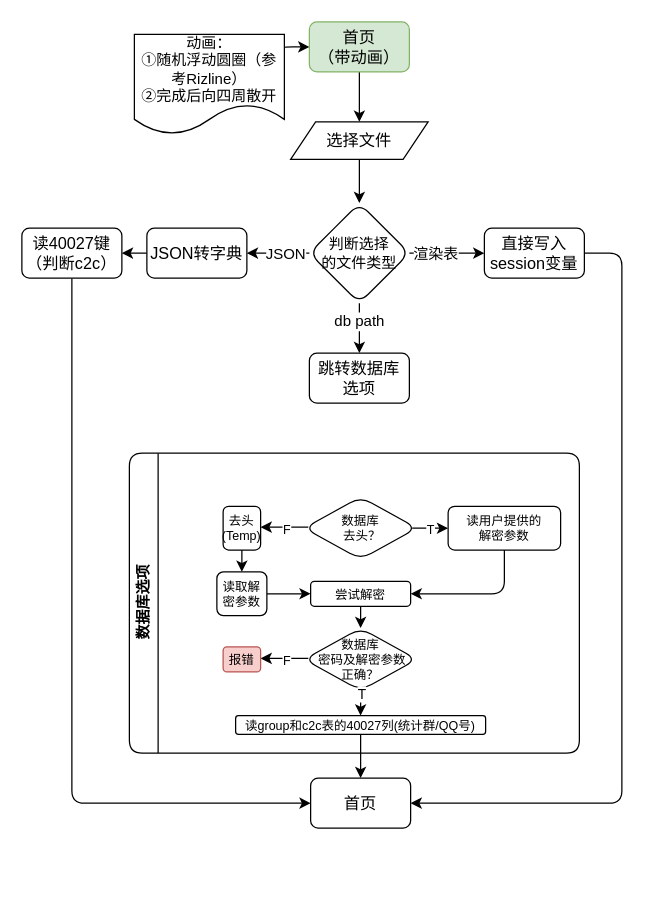
Above: qvw.drawio in html5syt/Qviewer (draw.io), before the change. Source tidied: cells renumbered, new cells numbered last; positions are measured from the earlier drawing's top-left corner, leaving out a move shared by most shapes. Both pictures are drawn from the tidied source at 125%, with x=0, y=0 at pixel (21, 21).
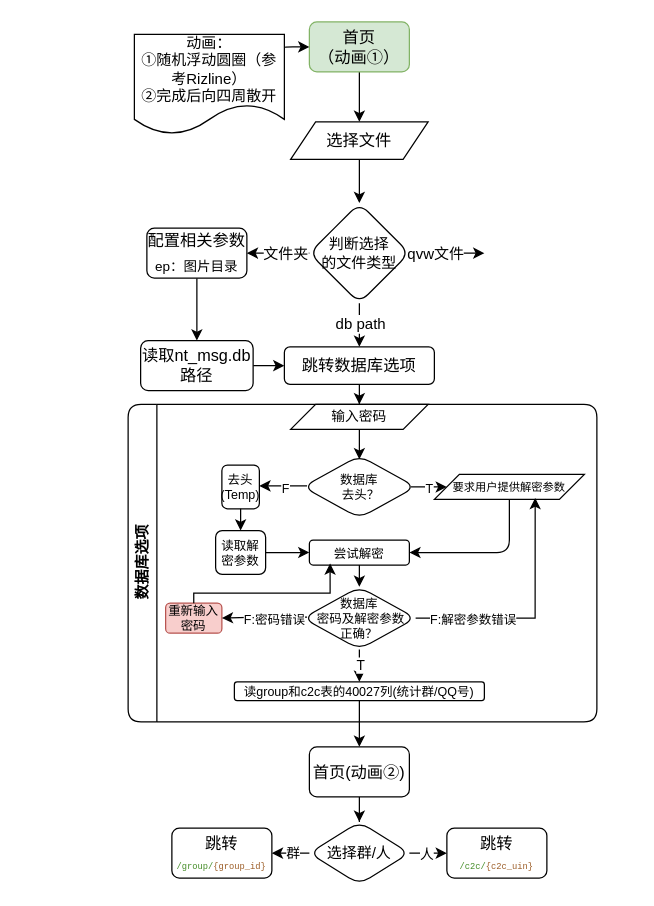
The same diagram, later.

Unchanged cells that the change refers to:
```xml
<mxCell id="5" style="edgeStyle=orthogonalEdgeStyle;rounded=1;jettySize=auto;html=1;entryX=0.5;entryY=0;entryDx=0;entryDy=0;fontFamily=LXGW WenKai Mono;fontSize=12;fontColor=default;" parent="1" edge="1" source="11" target="13">
  <mxGeometry relative="1" as="geometry" />
</mxCell>
<mxCell id="7" style="edgeStyle=orthogonalEdgeStyle;rounded=1;jettySize=auto;html=1;fontFamily=LXGW WenKai Mono;fontSize=12;fontColor=default;" parent="1" edge="1" source="11" target="39">
  <mxGeometry relative="1" as="geometry" />
</mxCell>
<mxCell id="11" value="判断选择&lt;div&gt;的文件类型&lt;/div&gt;" style="rhombus;whiteSpace=wrap;html=1;rounded=1;strokeColor=default;align=center;verticalAlign=middle;fontFamily=LXGW WenKai Mono;fontSize=12;fontColor=default;fillColor=default;" parent="1" vertex="1">
  <mxGeometry x="230" y="145" width="80" height="80" as="geometry" />
</mxCell>
<mxCell id="29" style="edgeStyle=orthogonalEdgeStyle;rounded=1;jettySize=auto;html=1;fontFamily=LXGW WenKai Mono;fontSize=10;fontColor=default;" parent="23" edge="1" source="26" target="28">
  <mxGeometry relative="1" as="geometry" />
</mxCell>
```

The edit, as a diff of the source:
```diff
@@
-    <mxCell id="3" value="&lt;font&gt;首页&lt;/font&gt;&lt;div&gt;&lt;font&gt;（带动画）&lt;/font&gt;&lt;/div&gt;" style="rounded=1;whiteSpace=wrap;html=1;fontFamily=LXGW WenKai Mono;fillColor=#d5e8d4;strokeColor=#82b366;fontSize=13;" parent="1" vertex="1">
+    <mxCell id="3" value="&lt;font&gt;首页&lt;/font&gt;&lt;div&gt;&lt;font&gt;（动画①）&lt;/font&gt;&lt;/div&gt;" style="rounded=1;whiteSpace=wrap;html=1;fontFamily=LXGW WenKai Mono;fillColor=#d5e8d4;strokeColor=#82b366;fontSize=13;" parent="1" vertex="1">
       <mxGeometry x="230" width="80" height="40" as="geometry" />
     </mxCell>
@@
     <mxCell id="6" value="db path" style="edgeLabel;html=1;align=center;verticalAlign=middle;rounded=1;strokeColor=default;fontFamily=LXGW WenKai Mono;fontSize=12;fontColor=default;fillColor=default;" parent="5" vertex="1">
-      <mxGeometry x="-0.3" y="-1" relative="1" as="geometry" />
+      <mxGeometry x="-0.3" y="-1" relative="1" as="geometry">
+        <mxPoint x="1" as="offset" />
+      </mxGeometry>
     </mxCell>
@@
-    <mxCell id="8" value="JSON" style="edgeLabel;html=1;align=center;verticalAlign=middle;rounded=1;strokeColor=default;fontFamily=LXGW WenKai Mono;fontSize=12;fontColor=default;fillColor=default;" parent="7" vertex="1">
+    <mxCell id="8" value="文件夹" style="edgeLabel;html=1;align=center;verticalAlign=middle;rounded=1;strokeColor=default;fontFamily=LXGW WenKai Mono;fontSize=12;fontColor=default;fillColor=default;" parent="7" vertex="1">
       <mxGeometry x="0.33" y="-1" relative="1" as="geometry">
         <mxPoint x="13" y="1" as="offset" />
       </mxGeometry>
     </mxCell>
-    <mxCell id="9" style="edgeStyle=orthogonalEdgeStyle;rounded=1;jettySize=auto;html=1;fontFamily=LXGW WenKai Mono;fontSize=12;fontColor=default;" parent="1" edge="1" source="11" target="43">
-      <mxGeometry relative="1" as="geometry" />
+    <mxCell id="9" style="edgeStyle=orthogonalEdgeStyle;rounded=1;jettySize=auto;html=1;fontFamily=LXGW WenKai Mono;fontSize=12;fontColor=default;" parent="1" edge="1" source="11">
+      <mxGeometry relative="1" as="geometry">
+        <mxPoint x="370" y="185" as="targetPoint" />
+      </mxGeometry>
     </mxCell>
-    <mxCell id="10" value="渲染表" style="edgeLabel;html=1;align=center;verticalAlign=middle;rounded=1;strokeColor=default;fontFamily=LXGW WenKai Mono;fontSize=12;fontColor=default;fillColor=default;" parent="9" vertex="1">
+    <mxCell id="10" value="qvw文件" style="edgeLabel;html=1;align=center;verticalAlign=middle;rounded=1;strokeColor=default;fontFamily=LXGW WenKai Mono;fontSize=12;fontColor=default;fillColor=default;" parent="9" vertex="1">
       <mxGeometry x="-0.66" y="-1" relative="1" as="geometry">
         <mxPoint x="10" y="-1" as="offset" />
       </mxGeometry>
     </mxCell>
@@
+    <mxCell id="47" style="edgeStyle=orthogonalEdgeStyle;rounded=0;jettySize=auto;html=1;" parent="1" edge="1" source="13" target="51">
+      <mxGeometry relative="1" as="geometry" />
+    </mxCell>
-    <mxCell id="13" value="跳转数据库&lt;div&gt;选项&lt;/div&gt;" style="rounded=1;whiteSpace=wrap;html=1;fontFamily=LXGW WenKai Mono;fontSize=13;" parent="1" vertex="1">
-      <mxGeometry x="230" y="265" width="80" height="40" as="geometry" />
+    <mxCell id="13" value="跳转数据库&lt;span style=&quot;background-color: transparent; color: light-dark(rgb(0, 0, 0), rgb(255, 255, 255));&quot;&gt;选项&lt;/span&gt;" style="rounded=1;whiteSpace=wrap;html=1;fontFamily=LXGW WenKai Mono;fontSize=13;" parent="1" vertex="1">
+      <mxGeometry x="210" y="260" width="120" height="30" as="geometry" />
     </mxCell>
     <mxCell id="14" value="数据库选项" style="swimlane;horizontal=0;whiteSpace=wrap;html=1;rounded=1;strokeColor=default;align=center;verticalAlign=middle;fontFamily=LXGW WenKai Mono;fontSize=12;fontColor=default;fillColor=default;" parent="1" vertex="1">
-      <mxGeometry x="86" y="345" width="360" height="240" as="geometry" />
+      <mxGeometry x="85" y="306" width="375" height="254" as="geometry" />
     </mxCell>
     <mxCell id="15" style="group;fontSize=10;" parent="14" vertex="1">
-      <mxGeometry x="75" y="35" width="270" height="50" as="geometry" />
+      <mxGeometry x="75" y="35" width="300" height="50" as="geometry" />
     </mxCell>
@@
-    <mxCell id="18" style="edgeStyle=orthogonalEdgeStyle;rounded=1;jettySize=auto;html=1;exitX=0.958;exitY=0.501;exitDx=0;exitDy=0;entryX=0;entryY=0.5;entryDx=0;entryDy=0;fontFamily=LXGW WenKai Mono;fontSize=10;fontColor=default;exitPerimeter=0;" parent="15" edge="1" source="20" target="22">
+    <mxCell id="18" style="edgeStyle=orthogonalEdgeStyle;rounded=1;jettySize=auto;html=1;exitX=0.958;exitY=0.501;exitDx=0;exitDy=0;entryX=0;entryY=0.5;entryDx=0;entryDy=0;fontFamily=LXGW WenKai Mono;fontSize=10;fontColor=default;exitPerimeter=0;" parent="15" edge="1" source="20" target="48">
       <mxGeometry relative="1" as="geometry" />
     </mxCell>
@@
     <mxCell id="20" value="&lt;font&gt;数据库&lt;/font&gt;&lt;div&gt;&lt;font&gt;&amp;nbsp;去头？&lt;/font&gt;&lt;/div&gt;" style="rhombus;whiteSpace=wrap;html=1;rounded=1;strokeColor=default;align=center;verticalAlign=middle;fontFamily=LXGW WenKai Mono;fontSize=10;fontColor=default;fillColor=default;" parent="15" vertex="1">
-      <mxGeometry x="65" width="90" height="50" as="geometry" />
+      <mxGeometry x="65" y="6" width="90" height="50" as="geometry" />
     </mxCell>
     <mxCell id="21" value="&lt;span&gt;去头(Temp)&lt;/span&gt;" style="rounded=1;whiteSpace=wrap;html=1;fontFamily=LXGW WenKai Mono;fontSize=10;" parent="15" vertex="1">
-      <mxGeometry y="7.5" width="30" height="35" as="geometry" />
+      <mxGeometry y="13.5" width="30" height="35" as="geometry" />
     </mxCell>
-    <mxCell id="22" value="&lt;span&gt;读用户提供的&lt;/span&gt;&lt;div&gt;&lt;span&gt;解密参数&lt;/span&gt;&lt;/div&gt;" style="rounded=1;whiteSpace=wrap;html=1;fontFamily=LXGW WenKai Mono;fontSize=10;" parent="15" vertex="1">
-      <mxGeometry x="180" y="7.5" width="90" height="35" as="geometry" />
-    </mxCell>
+    <mxCell id="48" value="&lt;font style=&quot;font-size: 9px;&quot;&gt;&lt;span style=&quot;font-family: &amp;quot;LXGW WenKai Mono&amp;quot;;&quot;&gt;要求用户提供&lt;/span&gt;&lt;span style=&quot;color: light-dark(rgb(0, 0, 0), rgb(255, 255, 255)); font-family: &amp;quot;LXGW WenKai Mono&amp;quot;; background-color: transparent;&quot;&gt;解密参数&lt;/span&gt;&lt;/font&gt;" style="shape=parallelogram;perimeter=parallelogramPerimeter;whiteSpace=wrap;html=1;fixedSize=1;size=20;fontSize=11;" parent="15" vertex="1">
+      <mxGeometry x="170" y="21" width="120" height="20" as="geometry" />
+    </mxCell>
     <mxCell id="23" style="group;" parent="14" vertex="1">
-      <mxGeometry x="75" y="140" width="270" height="105" as="geometry" />
+      <mxGeometry x="75" y="177" width="270" height="105" as="geometry" />
     </mxCell>
-    <mxCell id="24" style="edgeStyle=orthogonalEdgeStyle;rounded=1;jettySize=auto;html=1;entryX=1;entryY=0.5;entryDx=0;entryDy=0;fontFamily=LXGW WenKai Mono;fontSize=10;fontColor=default;exitX=0.035;exitY=0.483;exitDx=0;exitDy=0;exitPerimeter=0;" parent="23" edge="1" source="26" target="27">
-      <mxGeometry relative="1" as="geometry" />
-    </mxCell>
-    <mxCell id="25" value="F" style="edgeLabel;html=1;align=center;verticalAlign=middle;rounded=1;strokeColor=default;fontFamily=LXGW WenKai Mono;fontSize=10;fontColor=default;fillColor=default;" parent="24" vertex="1">
-      <mxGeometry x="-0.38" relative="1" as="geometry">
-        <mxPoint x="-6" y="1" as="offset" />
-      </mxGeometry>
-    </mxCell>
     <mxCell id="26" value="&lt;font&gt;数据库&lt;/font&gt;&lt;div&gt;&lt;font&gt;&amp;nbsp;密码及解密参数&lt;/font&gt;&lt;/div&gt;&lt;div&gt;&lt;font&gt;正确？&lt;/font&gt;&lt;/div&gt;" style="rhombus;whiteSpace=wrap;html=1;rounded=1;strokeColor=default;align=center;verticalAlign=middle;fontFamily=LXGW WenKai Mono;fontSize=10;fontColor=default;fillColor=default;" parent="23" vertex="1">
-      <mxGeometry x="65" width="90" height="50" as="geometry" />
+      <mxGeometry x="65" y="-31" width="90" height="50" as="geometry" />
     </mxCell>
-    <mxCell id="27" value="&lt;span&gt;报错&lt;/span&gt;" style="rounded=1;whiteSpace=wrap;html=1;fontFamily=LXGW WenKai Mono;fontSize=10;fillColor=#f8cecc;strokeColor=#b85450;" parent="23" vertex="1">
-      <mxGeometry y="15" width="30" height="20" as="geometry" />
-    </mxCell>
     <mxCell id="28" value="&lt;span&gt;读group和c2c表的40027列(统计群/QQ号)&lt;/span&gt;" style="rounded=1;whiteSpace=wrap;html=1;fontFamily=LXGW WenKai Mono;fontSize=10;" parent="23" vertex="1">
-      <mxGeometry x="10" y="70" width="200" height="15" as="geometry" />
+      <mxGeometry x="10" y="45" width="200" height="15" as="geometry" />
     </mxCell>
@@
     <mxCell id="30" value="T" style="edgeLabel;html=1;align=center;verticalAlign=middle;" parent="29" vertex="1">
       <mxGeometry x="-0.72" y="-2" relative="1" as="geometry">
-        <mxPoint x="2" y="-6" as="offset" />
+        <mxPoint x="2" y="4" as="offset" />
       </mxGeometry>
     </mxCell>
@@
     <mxCell id="32" value="&lt;span&gt;读取解密参数&lt;/span&gt;" style="rounded=1;whiteSpace=wrap;html=1;fontFamily=LXGW WenKai Mono;fontSize=10;" parent="14" vertex="1">
-      <mxGeometry x="70" y="95" width="40" height="35" as="geometry" />
+      <mxGeometry x="70" y="101" width="40" height="35" as="geometry" />
     </mxCell>
@@
     <mxCell id="35" value="&lt;font&gt;尝试解密&lt;/font&gt;" style="rounded=1;whiteSpace=wrap;html=1;fontFamily=LXGW WenKai Mono;fontSize=10;" parent="14" vertex="1">
-      <mxGeometry x="145" y="102.5" width="80" height="20" as="geometry" />
+      <mxGeometry x="145" y="108.5" width="80" height="20" as="geometry" />
     </mxCell>
-    <mxCell id="36" style="edgeStyle=orthogonalEdgeStyle;rounded=1;jettySize=auto;html=1;fontFamily=LXGW WenKai Mono;fontSize=10;fontColor=default;entryX=1;entryY=0.5;entryDx=0;entryDy=0;" parent="14" edge="1" source="22" target="35">
+    <mxCell id="36" style="edgeStyle=orthogonalEdgeStyle;rounded=1;jettySize=auto;html=1;fontFamily=LXGW WenKai Mono;fontSize=10;fontColor=default;entryX=1;entryY=0.5;entryDx=0;entryDy=0;exitX=0.5;exitY=1;exitDx=0;exitDy=0;" parent="14" edge="1" source="48" target="35">
       <mxGeometry relative="1" as="geometry">
         <Array as="points">
-          <mxPoint x="300" y="112" />
+          <mxPoint x="305" y="119" />
         </Array>
       </mxGeometry>
     </mxCell>
+    <mxCell id="27" value="重新输入密码" style="rounded=1;whiteSpace=wrap;html=1;fontFamily=LXGW WenKai Mono;fontSize=10;fillColor=#f8cecc;strokeColor=#b85450;" parent="14" vertex="1">
+      <mxGeometry x="30" y="159" width="45" height="24" as="geometry" />
+    </mxCell>
+    <mxCell id="24" style="edgeStyle=orthogonalEdgeStyle;rounded=1;jettySize=auto;html=1;entryX=1;entryY=0.5;entryDx=0;entryDy=0;fontFamily=LXGW WenKai Mono;fontSize=10;fontColor=default;exitX=0.035;exitY=0.483;exitDx=0;exitDy=0;exitPerimeter=0;" parent="14" edge="1" source="26" target="27">
+      <mxGeometry relative="1" as="geometry" />
+    </mxCell>
+    <mxCell id="25" value="F:密码错误" style="edgeLabel;html=1;align=center;verticalAlign=middle;rounded=1;strokeColor=default;fontFamily=LXGW WenKai Mono;fontSize=10;fontColor=default;fillColor=default;" parent="24" vertex="1">
+      <mxGeometry x="-0.38" relative="1" as="geometry">
+        <mxPoint x="-6" y="1" as="offset" />
+      </mxGeometry>
+    </mxCell>
+    <mxCell id="49" style="edgeStyle=orthogonalEdgeStyle;rounded=0;jettySize=auto;html=1;entryX=0.207;entryY=0.936;entryDx=0;entryDy=0;entryPerimeter=0;" parent="14" edge="1" source="27" target="35">
+      <mxGeometry relative="1" as="geometry">
+        <Array as="points">
+          <mxPoint x="52" y="151" />
+          <mxPoint x="162" y="151" />
+        </Array>
+      </mxGeometry>
+    </mxCell>
+    <mxCell id="50" style="edgeStyle=orthogonalEdgeStyle;rounded=0;jettySize=auto;html=1;" parent="14" edge="1" source="51">
+      <mxGeometry relative="1" as="geometry">
+        <mxPoint x="185" y="44" as="targetPoint" />
+      </mxGeometry>
+    </mxCell>
+    <mxCell id="51" value="&lt;span style=&quot;font-family: &amp;quot;LXGW WenKai Mono&amp;quot;;&quot;&gt;输入密码&lt;/span&gt;" style="shape=parallelogram;perimeter=parallelogramPerimeter;whiteSpace=wrap;html=1;fixedSize=1;size=20;fontSize=11;" parent="14" vertex="1">
+      <mxGeometry x="130" width="110" height="20" as="geometry" />
+    </mxCell>
+    <mxCell id="52" style="edgeStyle=orthogonalEdgeStyle;rounded=0;jettySize=auto;html=1;entryX=0.672;entryY=0.941;entryDx=0;entryDy=0;entryPerimeter=0;" parent="14" edge="1" source="26" target="48">
+      <mxGeometry relative="1" as="geometry" />
+    </mxCell>
+    <mxCell id="53" value="F:解密参数错误" style="edgeLabel;html=1;align=center;verticalAlign=middle;rounded=1;strokeColor=default;fontFamily=LXGW WenKai Mono;fontSize=10;fontColor=default;fillColor=default;" parent="14" vertex="1">
+      <mxGeometry x="275" y="171" as="geometry" />
+    </mxCell>
+    <mxCell id="54" style="edgeStyle=orthogonalEdgeStyle;rounded=0;jettySize=auto;html=1;" parent="1" edge="1" source="37" target="60">
+      <mxGeometry relative="1" as="geometry" />
+    </mxCell>
-    <mxCell id="37" value="首页" style="rounded=1;whiteSpace=wrap;html=1;fontFamily=LXGW WenKai Mono;fontSize=13;" parent="1" vertex="1">
-      <mxGeometry x="231" y="605" width="80" height="40" as="geometry" />
+    <mxCell id="37" value="首页(动画②)" style="rounded=1;whiteSpace=wrap;html=1;fontFamily=LXGW WenKai Mono;fontSize=13;" parent="1" vertex="1">
+      <mxGeometry x="230" y="580" width="80" height="40" as="geometry" />
     </mxCell>
@@
-    <mxCell id="39" value="JSON转字典" style="rounded=1;whiteSpace=wrap;html=1;fontFamily=LXGW WenKai Mono;fontSize=13;" parent="1" vertex="1">
+    <mxCell id="39" value="配置相关参数&lt;div&gt;&lt;sub&gt;ep：图片目录&lt;/sub&gt;&lt;/div&gt;" style="rounded=1;whiteSpace=wrap;html=1;fontFamily=LXGW WenKai Mono;fontSize=13;" parent="1" vertex="1">
       <mxGeometry x="100" y="165" width="80" height="40" as="geometry" />
     </mxCell>
-    <mxCell id="40" style="edgeStyle=orthogonalEdgeStyle;rounded=1;jettySize=auto;html=1;entryX=0;entryY=0.5;entryDx=0;entryDy=0;fontFamily=LXGW WenKai Mono;fontSize=12;fontColor=default;exitX=0.5;exitY=1;exitDx=0;exitDy=0;" parent="1" edge="1" source="41" target="37">
-      <mxGeometry relative="1" as="geometry">
-        <Array as="points">
-          <mxPoint x="40" y="625" />
-        </Array>
-      </mxGeometry>
-    </mxCell>
+    <mxCell id="55" style="edgeStyle=orthogonalEdgeStyle;rounded=0;jettySize=auto;html=1;entryX=0;entryY=0.5;entryDx=0;entryDy=0;" parent="1" edge="1" source="41" target="13">
+      <mxGeometry relative="1" as="geometry" />
+    </mxCell>
-    <mxCell id="41" value="读40027键&lt;div&gt;（判断c2c&lt;span style=&quot;background-color: transparent; color: light-dark(rgb(0, 0, 0), rgb(255, 255, 255));&quot;&gt;）&lt;/span&gt;&lt;/div&gt;" style="rounded=1;whiteSpace=wrap;html=1;fontFamily=LXGW WenKai Mono;fontSize=13;" parent="1" vertex="1">
-      <mxGeometry y="165" width="80" height="40" as="geometry" />
+    <mxCell id="41" value="读取nt_msg.db路径" style="rounded=1;whiteSpace=wrap;html=1;fontFamily=LXGW WenKai Mono;fontSize=13;" parent="1" vertex="1">
+      <mxGeometry x="95" y="255" width="90" height="40" as="geometry" />
     </mxCell>
-    <mxCell id="42" style="edgeStyle=orthogonalEdgeStyle;rounded=1;jettySize=auto;html=1;entryX=1;entryY=0.5;entryDx=0;entryDy=0;fontFamily=LXGW WenKai Mono;fontSize=12;fontColor=default;" parent="1" edge="1" source="43" target="37">
-      <mxGeometry relative="1" as="geometry">
-        <Array as="points">
-          <mxPoint x="480" y="185" />
-          <mxPoint x="480" y="625" />
-        </Array>
-      </mxGeometry>
-    </mxCell>
-    <mxCell id="43" value="直接写入session变量" style="rounded=1;whiteSpace=wrap;html=1;fontFamily=LXGW WenKai Mono;fontSize=13;" parent="1" vertex="1">
-      <mxGeometry x="370" y="165" width="80" height="40" as="geometry" />
-    </mxCell>
@@
+    <mxCell id="56" style="edgeStyle=orthogonalEdgeStyle;rounded=0;jettySize=auto;html=1;" parent="1" edge="1" source="60" target="61">
+      <mxGeometry relative="1" as="geometry" />
+    </mxCell>
+    <mxCell id="57" value="群" style="edgeLabel;html=1;align=center;verticalAlign=middle;fontFamily=LXGW WenKai Mono;" parent="56" vertex="1">
+      <mxGeometry x="0.02" y="1" relative="1" as="geometry" />
+    </mxCell>
+    <mxCell id="58" style="edgeStyle=orthogonalEdgeStyle;rounded=0;jettySize=auto;html=1;" parent="1" edge="1" source="60" target="62">
+      <mxGeometry relative="1" as="geometry" />
+    </mxCell>
+    <mxCell id="59" value="人" style="edgeLabel;html=1;align=center;verticalAlign=middle;fontFamily=LXGW WenKai Mono;" parent="58" vertex="1">
+      <mxGeometry x="0.3" relative="1" as="geometry" />
+    </mxCell>
+    <mxCell id="60" value="选择群/人" style="rhombus;whiteSpace=wrap;html=1;rounded=1;strokeColor=default;align=center;verticalAlign=middle;fontFamily=LXGW WenKai Mono;fontSize=12;fontColor=default;fillColor=default;" parent="1" vertex="1">
+      <mxGeometry x="230" y="640" width="80" height="50" as="geometry" />
+    </mxCell>
+    <mxCell id="61" value="跳转&lt;div&gt;&lt;font style=&quot;font-size: 7px;&quot;&gt;&lt;span style=&quot;font-family: &amp;quot;JetBrains Mono&amp;quot;, &amp;quot;LXGW WenKai Mono&amp;quot;, Consolas, &amp;quot;Courier New&amp;quot;, monospace, Consolas, &amp;quot;Courier New&amp;quot;, monospace; white-space: pre; color: rgb(68, 140, 39);&quot;&gt;/group/&lt;/span&gt;&lt;span style=&quot;font-family: &amp;quot;JetBrains Mono&amp;quot;, &amp;quot;LXGW WenKai Mono&amp;quot;, Consolas, &amp;quot;Courier New&amp;quot;, monospace, Consolas, &amp;quot;Courier New&amp;quot;, monospace; white-space: pre; color: rgb(156, 93, 39);&quot;&gt;{group_id}&lt;/span&gt;&lt;/font&gt;&lt;/div&gt;" style="rounded=1;whiteSpace=wrap;html=1;fontFamily=LXGW WenKai Mono;fontSize=13;" parent="1" vertex="1">
+      <mxGeometry x="120" y="645" width="80" height="40" as="geometry" />
+    </mxCell>
+    <mxCell id="62" value="跳转&lt;div&gt;&lt;span style=&quot;font-size: 7px; font-family: &amp;quot;JetBrains Mono&amp;quot;, &amp;quot;LXGW WenKai Mono&amp;quot;, Consolas, &amp;quot;Courier New&amp;quot;, monospace, Consolas, &amp;quot;Courier New&amp;quot;, monospace; white-space: pre; color: rgb(68, 140, 39);&quot;&gt;/c2c/&lt;/span&gt;&lt;span style=&quot;font-size: 7px; font-family: &amp;quot;JetBrains Mono&amp;quot;, &amp;quot;LXGW WenKai Mono&amp;quot;, Consolas, &amp;quot;Courier New&amp;quot;, monospace, Consolas, &amp;quot;Courier New&amp;quot;, monospace; white-space: pre; color: rgb(156, 93, 39);&quot;&gt;{c2c_uin}&lt;/span&gt;&lt;br&gt;&lt;/div&gt;" style="rounded=1;whiteSpace=wrap;html=1;fontFamily=LXGW WenKai Mono;fontSize=13;" parent="1" vertex="1">
+      <mxGeometry x="340" y="645" width="80" height="40" as="geometry" />
+    </mxCell>
```
